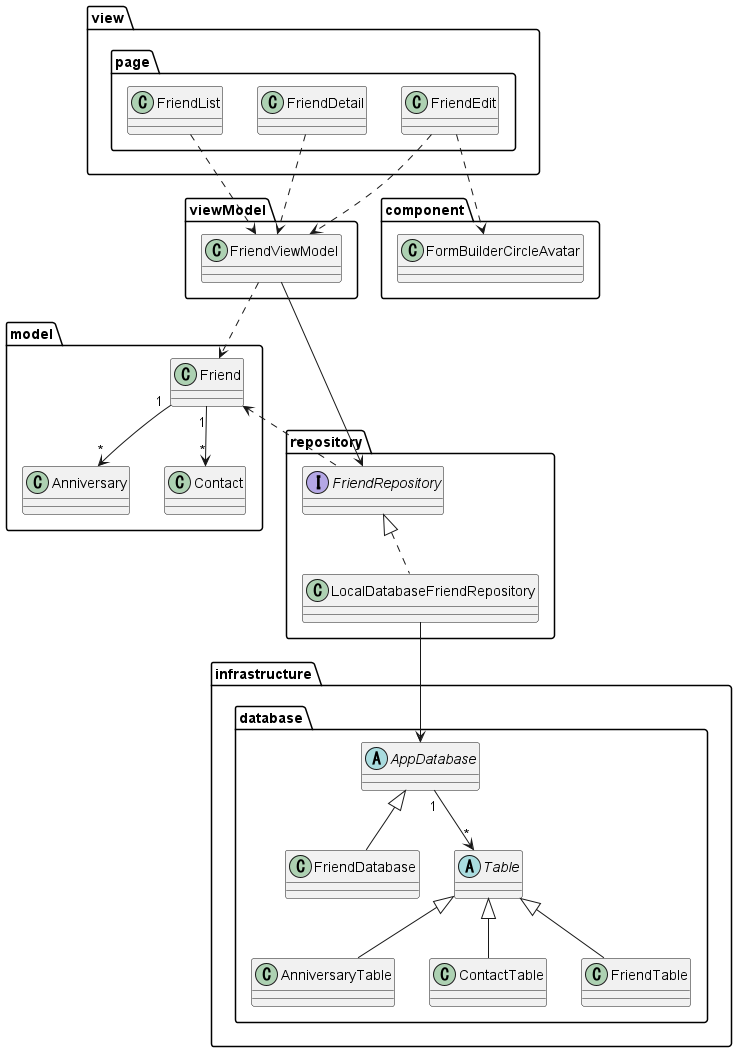
nmskm240/friend_list keeps this PlantUML diagram as uml/class_diagram/class_diagram.png. Above is the earlier version.
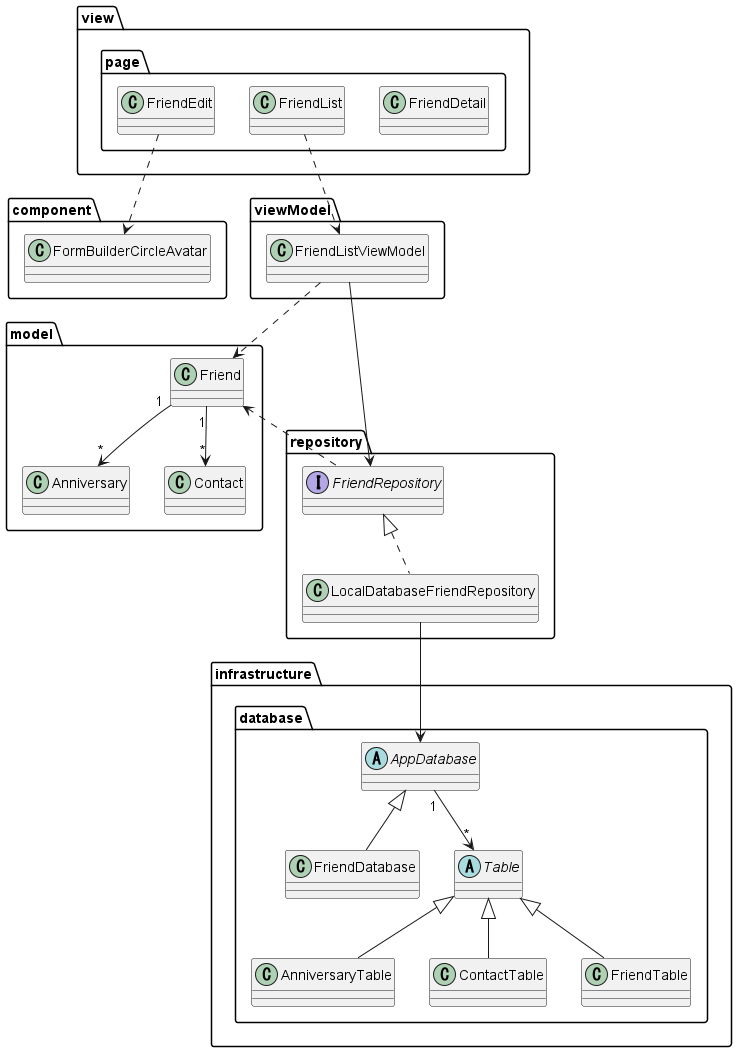
After the commit.

The edit, as a diff of the source:
```diff
@@ -13,7 +13,7 @@
 }
 
 package viewModel {
-    class FriendViewModel
+    class FriendListViewModel
 }
 
 package model {
@@ -38,14 +38,12 @@
     }
 }
 
-FriendDetail ..> FriendViewModel
-FriendEdit ..> FriendViewModel
-FriendList ..> FriendViewModel
+FriendList ..> FriendListViewModel
 
 FriendEdit ..> FormBuilderCircleAvatar
 
-FriendViewModel ..> Friend
-FriendViewModel --> FriendRepository
+FriendListViewModel ..> Friend
+FriendListViewModel --> FriendRepository
 
 Friend "1" --> "*" Anniversary
 Friend "1" --> "*" Contact
```
